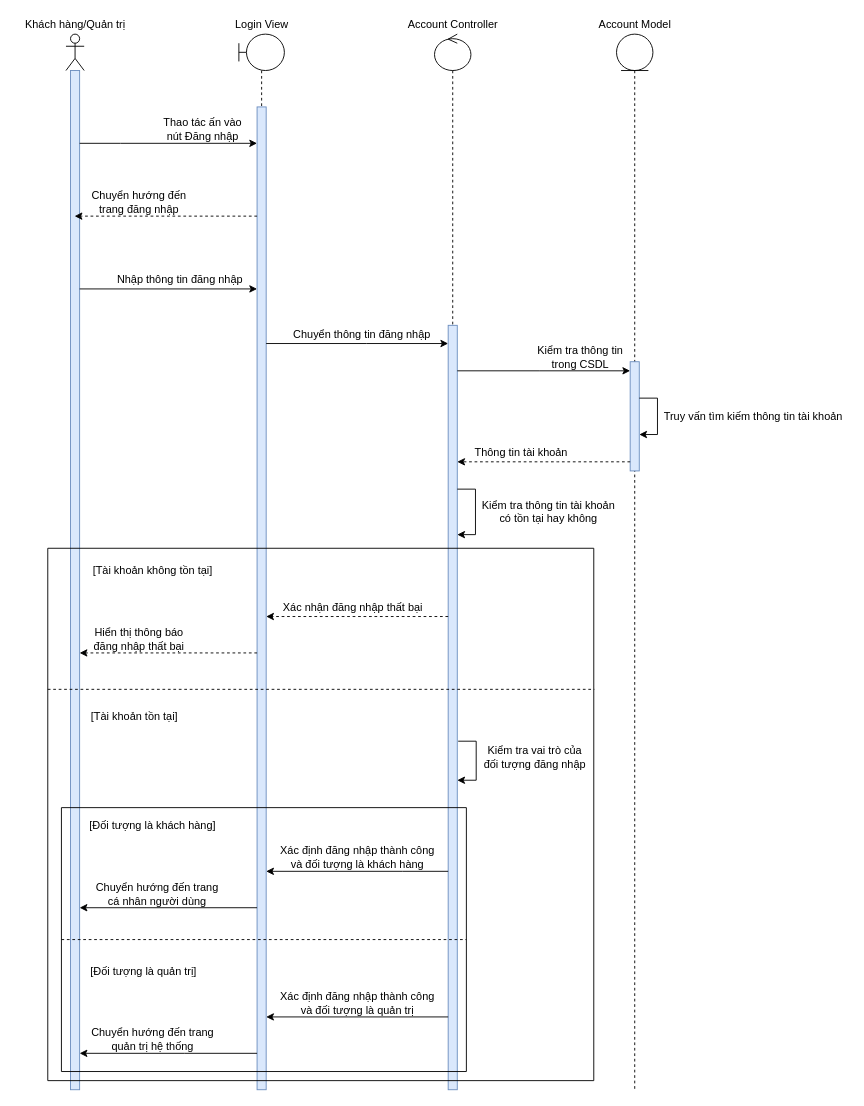
Above: Nam3_HK1/CNPM_SoftTech/Sequence Diagrams/Nguyên Lộc/SD_ĐăngNhập.drawio in EdgarIgnite16/SGU-Course (draw.io), before the change. Source tidied: cells renumbered, new cells numbered last; positions are measured from the earlier drawing's top-left corner, leaving out a move shared by most shapes. Both pictures are drawn from the tidied source at 91%, with x=0, y=0 at pixel (15, 15).
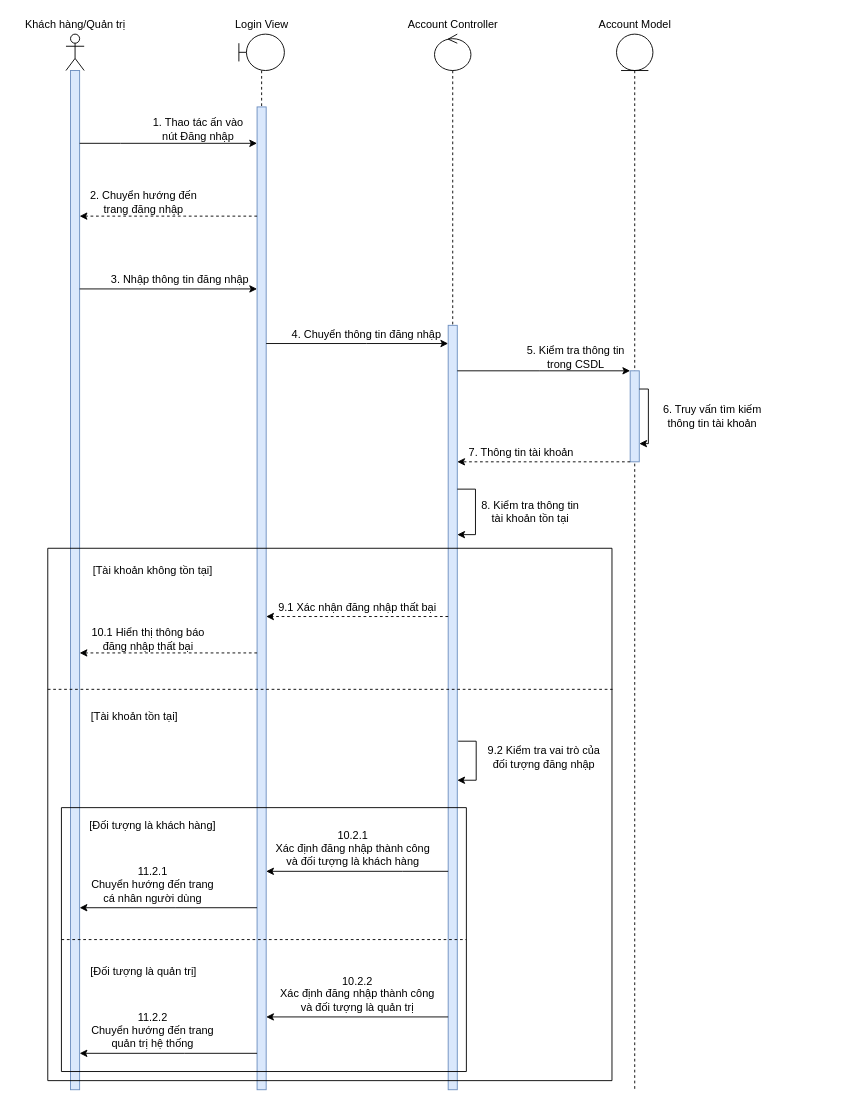
After the change.

Unchanged cells that the change refers to:
```xml
<mxCell id="2" style="shape=umlLifeline;participant=umlActor;perimeter=lifelinePerimeter;whiteSpace=wrap;html=1;verticalAlign=top;spacingTop=36;outlineConnect=0;" parent="1" vertex="1">
  <mxGeometry x="55" y="20" width="20" height="1160" as="geometry" />
</mxCell>
<mxCell id="3" style="html=1;points=[];perimeter=orthogonalPerimeter;fillColor=#dae8fc;strokeColor=#6c8ebf;" parent="2" vertex="1">
  <mxGeometry x="5" y="40" width="10" height="1120" as="geometry" />
</mxCell>
<mxCell id="6" style="html=1;points=[];perimeter=orthogonalPerimeter;fillColor=#dae8fc;strokeColor=#6c8ebf;" parent="5" vertex="1">
  <mxGeometry x="20" y="80" width="10" height="1080" as="geometry" />
</mxCell>
<mxCell id="13" style="shape=umlLifeline;participant=umlEntity;perimeter=lifelinePerimeter;whiteSpace=wrap;html=1;verticalAlign=top;spacingTop=36;" parent="1" vertex="1">
  <mxGeometry x="660" y="20" width="40" height="1160" as="geometry" />
</mxCell>
```

Diff of the diagram source:
```diff
@@
     <mxCell id="14" style="html=1;points=[];perimeter=orthogonalPerimeter;fillColor=#dae8fc;strokeColor=#6c8ebf;" parent="13" vertex="1">
-      <mxGeometry x="15" y="360" width="10" height="120" as="geometry" />
+      <mxGeometry x="15" y="370" width="10" height="100" as="geometry" />
     </mxCell>
     <mxCell id="15" style="edgeStyle=orthogonalEdgeStyle;rounded=0;orthogonalLoop=1;jettySize=auto;html=1;" parent="13" edge="1" source="14" target="14">
       <mxGeometry relative="1" as="geometry">
         <Array as="points">
-          <mxPoint x="45" y="440" />
+          <mxPoint x="35" y="390" />
         </Array>
       </mxGeometry>
     </mxCell>
@@
-    <mxCell id="18" value="Thao tác ấn vào &lt;br&gt;nút Đăng nhập" style="text;html=1;align=center;verticalAlign=middle;strokeColor=none;fillColor=none;" parent="1" vertex="1">
-      <mxGeometry x="155" y="110" width="100" height="30" as="geometry" />
+    <mxCell id="18" value="1. Thao tác ấn vào &lt;br&gt;nút Đăng nhập" style="text;html=1;align=center;verticalAlign=middle;strokeColor=none;fillColor=none;" parent="1" vertex="1">
+      <mxGeometry x="145" y="110" width="110" height="30" as="geometry" />
     </mxCell>
-    <mxCell id="19" style="edgeStyle=orthogonalEdgeStyle;rounded=0;jettySize=auto;html=1;dashed=1;" parent="1" edge="1" source="6" target="2">
+    <mxCell id="19" style="edgeStyle=orthogonalEdgeStyle;rounded=0;jettySize=auto;html=1;dashed=1;" parent="1" edge="1" source="6" target="3">
       <mxGeometry relative="1" as="geometry">
         <Array as="points">
-          <mxPoint x="165" y="220" />
-          <mxPoint x="165" y="220" />
+          <mxPoint x="185" y="220" />
+          <mxPoint x="185" y="220" />
         </Array>
       </mxGeometry>
     </mxCell>
-    <mxCell id="20" value="Chuyển hướng đến &lt;br&gt;trang đăng nhập" style="text;html=1;align=center;verticalAlign=middle;strokeColor=none;fillColor=none;" parent="1" vertex="1">
-      <mxGeometry x="75" y="190" width="120" height="30" as="geometry" />
+    <mxCell id="20" value="2. Chuyển hướng đến &lt;br&gt;trang đăng nhập" style="text;html=1;align=center;verticalAlign=middle;strokeColor=none;fillColor=none;" parent="1" vertex="1">
+      <mxGeometry x="75" y="190" width="130" height="30" as="geometry" />
     </mxCell>
@@
-    <mxCell id="22" value="Nhập thông tin đăng nhập" style="text;html=1;align=center;verticalAlign=middle;strokeColor=none;fillColor=none;" parent="1" vertex="1">
-      <mxGeometry x="105" y="280" width="150" height="20" as="geometry" />
+    <mxCell id="22" value="3. Nhập thông tin đăng nhập" style="text;html=1;align=center;verticalAlign=middle;strokeColor=none;fillColor=none;" parent="1" vertex="1">
+      <mxGeometry x="95" y="280" width="170" height="20" as="geometry" />
     </mxCell>
@@
-    <mxCell id="24" value="Chuyển thông tin đăng nhập" style="text;html=1;align=center;verticalAlign=middle;strokeColor=none;fillColor=none;" parent="1" vertex="1">
-      <mxGeometry x="295" y="340" width="170" height="20" as="geometry" />
+    <mxCell id="24" value="4. Chuyển thông tin đăng nhập" style="text;html=1;align=center;verticalAlign=middle;strokeColor=none;fillColor=none;" parent="1" vertex="1">
+      <mxGeometry x="295" y="340" width="180" height="20" as="geometry" />
     </mxCell>
@@
-    <mxCell id="26" value="Kiểm tra thông tin&lt;br&gt;trong CSDL" style="text;html=1;align=center;verticalAlign=middle;strokeColor=none;fillColor=none;" parent="1" vertex="1">
-      <mxGeometry x="565" y="360" width="110" height="30" as="geometry" />
+    <mxCell id="26" value="5. Kiểm tra thông tin&lt;br&gt;trong CSDL" style="text;html=1;align=center;verticalAlign=middle;strokeColor=none;fillColor=none;" parent="1" vertex="1">
+      <mxGeometry x="555" y="360" width="120" height="30" as="geometry" />
     </mxCell>
-    <mxCell id="27" value="Truy vấn tìm kiếm thông tin tài khoản" style="text;html=1;align=center;verticalAlign=middle;strokeColor=none;fillColor=none;" parent="1" vertex="1">
-      <mxGeometry x="705" y="430" width="210" height="20" as="geometry" />
+    <mxCell id="27" value="6. Truy vấn tìm kiếm &lt;br&gt;thông tin tài khoản" style="text;html=1;align=center;verticalAlign=middle;strokeColor=none;fillColor=none;" parent="1" vertex="1">
+      <mxGeometry x="705" y="425" width="120" height="30" as="geometry" />
     </mxCell>
@@
-    <mxCell id="29" value="Thông tin tài khoản" style="text;html=1;align=center;verticalAlign=middle;strokeColor=none;fillColor=none;" parent="1" vertex="1">
-      <mxGeometry x="495" y="470" width="120" height="20" as="geometry" />
+    <mxCell id="29" value="7. Thông tin tài khoản" style="text;html=1;align=center;verticalAlign=middle;strokeColor=none;fillColor=none;" parent="1" vertex="1">
+      <mxGeometry x="490" y="470" width="130" height="20" as="geometry" />
     </mxCell>
-    <mxCell id="30" value="Kiểm tra thông tin tài khoản&lt;br&gt;có tồn tại hay không" style="text;html=1;align=center;verticalAlign=middle;strokeColor=none;fillColor=none;" parent="1" vertex="1">
-      <mxGeometry x="505" y="530" width="160" height="30" as="geometry" />
+    <mxCell id="30" value="8. Kiểm tra thông tin &lt;br&gt;tài khoản tồn tại" style="text;html=1;align=center;verticalAlign=middle;strokeColor=none;fillColor=none;" parent="1" vertex="1">
+      <mxGeometry x="505" y="530" width="120" height="30" as="geometry" />
     </mxCell>
@@
-    <mxCell id="33" value="Xác nhận đăng nhập thất bại" style="text;html=1;align=center;verticalAlign=middle;strokeColor=none;fillColor=none;" parent="1" vertex="1">
-      <mxGeometry x="285" y="640" width="170" height="20" as="geometry" />
-    </mxCell>
@@
-    <mxCell id="35" value="Hiển thị thông báo &lt;br&gt;đăng nhập thất bại" style="text;html=1;align=center;verticalAlign=middle;strokeColor=none;fillColor=none;" parent="1" vertex="1">
-      <mxGeometry x="80" y="670" width="110" height="30" as="geometry" />
-    </mxCell>
@@
-    <mxCell id="37" value="Kiểm tra vai trò của &lt;br&gt;đối tượng đăng nhập" style="text;html=1;align=center;verticalAlign=middle;strokeColor=none;fillColor=none;" parent="1" vertex="1">
-      <mxGeometry x="505" y="800" width="130" height="30" as="geometry" />
-    </mxCell>
@@
-    <mxCell id="40" value="Xác định đăng nhập thành công&lt;br&gt;và đối tượng là khách hàng" style="text;html=1;align=center;verticalAlign=middle;strokeColor=none;fillColor=none;" parent="1" vertex="1">
-      <mxGeometry x="285" y="910" width="180" height="30" as="geometry" />
-    </mxCell>
@@
-    <mxCell id="42" value="Chuyển hướng đến trang &lt;br&gt;cá nhân người dùng" style="text;html=1;align=center;verticalAlign=middle;strokeColor=none;fillColor=none;" parent="1" vertex="1">
-      <mxGeometry x="80" y="950" width="150" height="30" as="geometry" />
-    </mxCell>
@@
-    <mxCell id="44" value="Xác định đăng nhập thành công&lt;br&gt;và đối tượng là quản trị" style="text;html=1;align=center;verticalAlign=middle;strokeColor=none;fillColor=none;" parent="1" vertex="1">
-      <mxGeometry x="285" y="1070" width="180" height="30" as="geometry" />
-    </mxCell>
@@
-    <mxCell id="47" value="Chuyển hướng đến trang &lt;br&gt;quản trị hệ thống" style="text;html=1;align=center;verticalAlign=middle;strokeColor=none;fillColor=none;" parent="1" vertex="1">
-      <mxGeometry x="75" y="1110" width="150" height="30" as="geometry" />
-    </mxCell>
@@
     <mxCell id="50" style="swimlane;startSize=0;" parent="1" vertex="1">
-      <mxGeometry x="35" y="585" width="600" height="585" as="geometry" />
+      <mxGeometry x="35" y="585" width="620" height="585" as="geometry" />
     </mxCell>
+    <mxCell id="33" value="9.1 Xác nhận đăng nhập thất bại" style="text;html=1;align=center;verticalAlign=middle;strokeColor=none;fillColor=none;" parent="50" vertex="1">
+      <mxGeometry x="245" y="55" width="190" height="20" as="geometry" />
+    </mxCell>
+    <mxCell id="35" value="10.1 Hiển thị thông báo &lt;br&gt;đăng nhập thất bại" style="text;html=1;align=center;verticalAlign=middle;strokeColor=none;fillColor=none;" parent="50" vertex="1">
+      <mxGeometry x="40" y="85" width="140" height="30" as="geometry" />
+    </mxCell>
+    <mxCell id="37" value="9.2 Kiểm tra vai trò của &lt;br&gt;đối tượng đăng nhập" style="text;html=1;align=center;verticalAlign=middle;strokeColor=none;fillColor=none;" parent="50" vertex="1">
+      <mxGeometry x="475" y="215" width="140" height="30" as="geometry" />
+    </mxCell>
+    <mxCell id="40" value="10.2.1 &lt;br&gt;Xác định đăng nhập thành công&lt;br&gt;và đối tượng là khách hàng" style="text;html=1;align=center;verticalAlign=middle;strokeColor=none;fillColor=none;" parent="50" vertex="1">
+      <mxGeometry x="245" y="305" width="180" height="50" as="geometry" />
+    </mxCell>
+    <mxCell id="42" value="11.2.1&lt;br&gt;Chuyển hướng đến trang &lt;br&gt;cá nhân người dùng" style="text;html=1;align=center;verticalAlign=middle;strokeColor=none;fillColor=none;" parent="50" vertex="1">
+      <mxGeometry x="40" y="345" width="150" height="50" as="geometry" />
+    </mxCell>
+    <mxCell id="44" value="10.2.2&lt;br&gt;Xác định đăng nhập thành công&lt;br&gt;và đối tượng là quản trị" style="text;html=1;align=center;verticalAlign=middle;strokeColor=none;fillColor=none;" parent="50" vertex="1">
+      <mxGeometry x="250" y="465" width="180" height="50" as="geometry" />
+    </mxCell>
+    <mxCell id="47" value="11.2.2&lt;br&gt;Chuyển hướng đến trang &lt;br&gt;quản trị hệ thống" style="text;html=1;align=center;verticalAlign=middle;strokeColor=none;fillColor=none;" parent="50" vertex="1">
+      <mxGeometry x="40" y="505" width="150" height="50" as="geometry" />
+    </mxCell>
```
